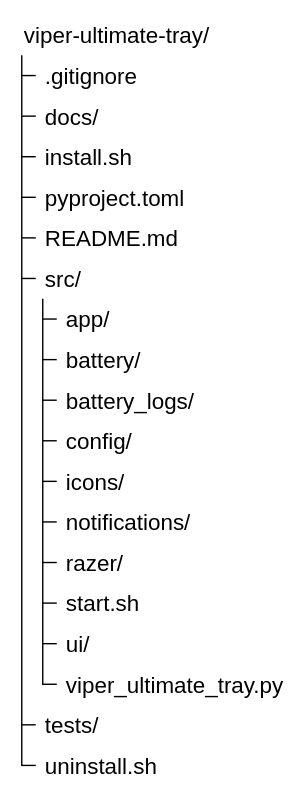
The draw.io diagram docs/project-structure-viper-ultimate-tray.svg in IlanRossigneul/viper-ultimate-tray, before a commit. Source tidied: cells renumbered, new cells last; positions are measured from the earlier drawing's top-left corner, leaving out a move shared by most shapes.
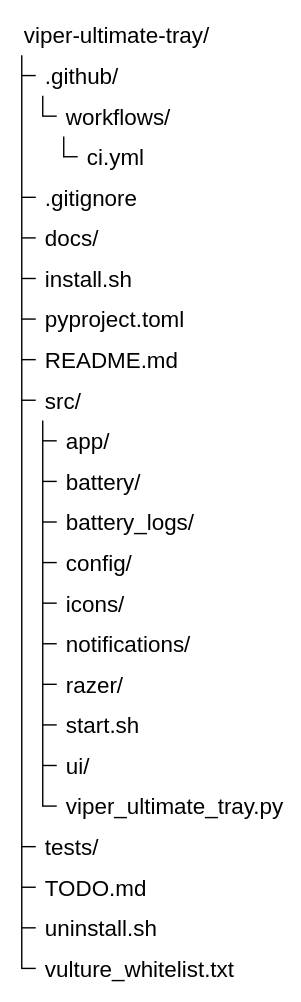
After the commit.

The edit, as a diff of the source:
```diff
@@ -5,182 +5,239 @@
     <mxCell id="2" style="group;transparentBounds=1;editIcon=1;lockedGroup=0;groupPadding=10;" parent="1" vertex="1">
       <mxGeometry as="geometry" />
     </mxCell>
-    <mxCell id="3" style="endArrow=none;html=1;rounded=0;strokeColor=black;strokeWidth=1;" parent="2" edge="1">
-      <mxGeometry relative="1" as="geometry">
-        <mxPoint x="45" y="73.5" as="sourcePoint" />
-        <mxPoint x="55" y="73.5" as="targetPoint" />
-      </mxGeometry>
-    </mxCell>
-    <mxCell id="4" style="endArrow=none;html=1;rounded=0;strokeColor=black;strokeWidth=1;" parent="2" edge="1">
-      <mxGeometry relative="1" as="geometry">
-        <mxPoint x="45" y="102.5" as="sourcePoint" />
-        <mxPoint x="55" y="102.5" as="targetPoint" />
-      </mxGeometry>
-    </mxCell>
-    <mxCell id="5" style="endArrow=none;html=1;rounded=0;strokeColor=black;strokeWidth=1;" parent="2" edge="1">
-      <mxGeometry relative="1" as="geometry">
-        <mxPoint x="45" y="131.5" as="sourcePoint" />
-        <mxPoint x="55" y="131.5" as="targetPoint" />
-      </mxGeometry>
-    </mxCell>
-    <mxCell id="6" style="endArrow=none;html=1;rounded=0;strokeColor=black;strokeWidth=1;" parent="2" edge="1">
-      <mxGeometry relative="1" as="geometry">
-        <mxPoint x="45" y="160.5" as="sourcePoint" />
-        <mxPoint x="55" y="160.5" as="targetPoint" />
-      </mxGeometry>
-    </mxCell>
-    <mxCell id="7" style="endArrow=none;html=1;rounded=0;strokeColor=black;strokeWidth=1;" parent="2" edge="1">
-      <mxGeometry relative="1" as="geometry">
-        <mxPoint x="45" y="189.5" as="sourcePoint" />
-        <mxPoint x="55" y="189.5" as="targetPoint" />
-      </mxGeometry>
-    </mxCell>
-    <mxCell id="8" style="endArrow=none;html=1;rounded=0;strokeColor=black;strokeWidth=1;" parent="2" edge="1">
-      <mxGeometry relative="1" as="geometry">
-        <mxPoint x="45" y="218.5" as="sourcePoint" />
-        <mxPoint x="55" y="218.5" as="targetPoint" />
-      </mxGeometry>
-    </mxCell>
-    <mxCell id="9" style="endArrow=none;html=1;rounded=0;strokeColor=black;strokeWidth=1;" parent="2" edge="1">
-      <mxGeometry relative="1" as="geometry">
-        <mxPoint x="60" y="247.5" as="sourcePoint" />
-        <mxPoint x="70" y="247.5" as="targetPoint" />
-      </mxGeometry>
-    </mxCell>
-    <mxCell id="10" style="endArrow=none;html=1;rounded=0;strokeColor=black;strokeWidth=1;" parent="2" edge="1">
-      <mxGeometry relative="1" as="geometry">
-        <mxPoint x="60" y="276.5" as="sourcePoint" />
-        <mxPoint x="70" y="276.5" as="targetPoint" />
-      </mxGeometry>
-    </mxCell>
-    <mxCell id="11" style="endArrow=none;html=1;rounded=0;strokeColor=black;strokeWidth=1;" parent="2" edge="1">
-      <mxGeometry relative="1" as="geometry">
-        <mxPoint x="60" y="305.5" as="sourcePoint" />
-        <mxPoint x="70" y="305.5" as="targetPoint" />
-      </mxGeometry>
-    </mxCell>
-    <mxCell id="12" style="endArrow=none;html=1;rounded=0;strokeColor=black;strokeWidth=1;" parent="2" edge="1">
-      <mxGeometry relative="1" as="geometry">
-        <mxPoint x="60" y="334.5" as="sourcePoint" />
-        <mxPoint x="70" y="334.5" as="targetPoint" />
-      </mxGeometry>
-    </mxCell>
-    <mxCell id="13" style="endArrow=none;html=1;rounded=0;strokeColor=black;strokeWidth=1;" parent="2" edge="1">
-      <mxGeometry relative="1" as="geometry">
-        <mxPoint x="60" y="363.5" as="sourcePoint" />
-        <mxPoint x="70" y="363.5" as="targetPoint" />
-      </mxGeometry>
-    </mxCell>
-    <mxCell id="14" style="endArrow=none;html=1;rounded=0;strokeColor=black;strokeWidth=1;" parent="2" edge="1">
-      <mxGeometry relative="1" as="geometry">
-        <mxPoint x="60" y="392.5" as="sourcePoint" />
-        <mxPoint x="70" y="392.5" as="targetPoint" />
-      </mxGeometry>
-    </mxCell>
-    <mxCell id="15" style="endArrow=none;html=1;rounded=0;strokeColor=black;strokeWidth=1;" parent="2" edge="1">
-      <mxGeometry relative="1" as="geometry">
-        <mxPoint x="60" y="421.5" as="sourcePoint" />
-        <mxPoint x="70" y="421.5" as="targetPoint" />
-      </mxGeometry>
-    </mxCell>
-    <mxCell id="16" style="endArrow=none;html=1;rounded=0;strokeColor=black;strokeWidth=1;" parent="2" edge="1">
-      <mxGeometry relative="1" as="geometry">
-        <mxPoint x="60" y="450.5" as="sourcePoint" />
-        <mxPoint x="70" y="450.5" as="targetPoint" />
-      </mxGeometry>
-    </mxCell>
-    <mxCell id="17" style="endArrow=none;html=1;rounded=0;strokeColor=black;strokeWidth=1;" parent="2" edge="1">
-      <mxGeometry relative="1" as="geometry">
-        <mxPoint x="60" y="479.5" as="sourcePoint" />
-        <mxPoint x="70" y="479.5" as="targetPoint" />
-      </mxGeometry>
-    </mxCell>
-    <mxCell id="18" style="endArrow=none;html=1;rounded=0;strokeColor=black;strokeWidth=1;" parent="2" edge="1">
-      <mxGeometry relative="1" as="geometry">
-        <mxPoint x="60" y="508.5" as="sourcePoint" />
-        <mxPoint x="70" y="508.5" as="targetPoint" />
-      </mxGeometry>
-    </mxCell>
-    <mxCell id="19" style="endArrow=none;html=1;rounded=0;strokeColor=black;strokeWidth=1;" parent="2" edge="1">
-      <mxGeometry relative="1" as="geometry">
-        <mxPoint x="60" y="233" as="sourcePoint" />
-        <mxPoint x="60" y="509" as="targetPoint" />
-      </mxGeometry>
-    </mxCell>
-    <mxCell id="20" style="endArrow=none;html=1;rounded=0;strokeColor=black;strokeWidth=1;" parent="2" edge="1">
-      <mxGeometry relative="1" as="geometry">
-        <mxPoint x="45" y="537.5" as="sourcePoint" />
-        <mxPoint x="55" y="537.5" as="targetPoint" />
-      </mxGeometry>
-    </mxCell>
-    <mxCell id="21" style="endArrow=none;html=1;rounded=0;strokeColor=black;strokeWidth=1;" parent="2" edge="1">
-      <mxGeometry relative="1" as="geometry">
-        <mxPoint x="45" y="566.5" as="sourcePoint" />
-        <mxPoint x="55" y="566.5" as="targetPoint" />
-      </mxGeometry>
-    </mxCell>
-    <mxCell id="22" style="endArrow=none;html=1;rounded=0;strokeColor=black;strokeWidth=1;" parent="2" edge="1">
-      <mxGeometry relative="1" as="geometry">
-        <mxPoint x="45" y="59" as="sourcePoint" />
-        <mxPoint x="45" y="567" as="targetPoint" />
-      </mxGeometry>
-    </mxCell>
+    <mxCell id="42" style="endArrow=none;html=1;rounded=0;strokeColor=black;strokeWidth=1;" parent="2" edge="1">
+      <mxGeometry relative="1" as="geometry">
+        <mxPoint x="45" y="73.5" as="sourcePoint" />
+        <mxPoint x="55" y="73.5" as="targetPoint" />
+      </mxGeometry>
+    </mxCell>
+    <mxCell id="43" style="endArrow=none;html=1;rounded=0;strokeColor=black;strokeWidth=1;" parent="2" edge="1">
+      <mxGeometry relative="1" as="geometry">
+        <mxPoint x="60" y="102.5" as="sourcePoint" />
+        <mxPoint x="70" y="102.5" as="targetPoint" />
+      </mxGeometry>
+    </mxCell>
+    <mxCell id="44" style="endArrow=none;html=1;rounded=0;strokeColor=black;strokeWidth=1;" parent="2" edge="1">
+      <mxGeometry relative="1" as="geometry">
+        <mxPoint x="75" y="131.5" as="sourcePoint" />
+        <mxPoint x="85" y="131.5" as="targetPoint" />
+      </mxGeometry>
+    </mxCell>
+    <mxCell id="45" style="endArrow=none;html=1;rounded=0;strokeColor=black;strokeWidth=1;" parent="2" edge="1">
+      <mxGeometry relative="1" as="geometry">
+        <mxPoint x="75" y="117" as="sourcePoint" />
+        <mxPoint x="75" y="132" as="targetPoint" />
+      </mxGeometry>
+    </mxCell>
+    <mxCell id="46" style="endArrow=none;html=1;rounded=0;strokeColor=black;strokeWidth=1;" parent="2" edge="1">
+      <mxGeometry relative="1" as="geometry">
+        <mxPoint x="60" y="88" as="sourcePoint" />
+        <mxPoint x="60" y="103" as="targetPoint" />
+      </mxGeometry>
+    </mxCell>
+    <mxCell id="47" style="endArrow=none;html=1;rounded=0;strokeColor=black;strokeWidth=1;" parent="2" edge="1">
+      <mxGeometry relative="1" as="geometry">
+        <mxPoint x="45" y="160.5" as="sourcePoint" />
+        <mxPoint x="55" y="160.5" as="targetPoint" />
+      </mxGeometry>
+    </mxCell>
+    <mxCell id="48" style="endArrow=none;html=1;rounded=0;strokeColor=black;strokeWidth=1;" parent="2" edge="1">
+      <mxGeometry relative="1" as="geometry">
+        <mxPoint x="45" y="189.5" as="sourcePoint" />
+        <mxPoint x="55" y="189.5" as="targetPoint" />
+      </mxGeometry>
+    </mxCell>
+    <mxCell id="49" style="endArrow=none;html=1;rounded=0;strokeColor=black;strokeWidth=1;" parent="2" edge="1">
+      <mxGeometry relative="1" as="geometry">
+        <mxPoint x="45" y="218.5" as="sourcePoint" />
+        <mxPoint x="55" y="218.5" as="targetPoint" />
+      </mxGeometry>
+    </mxCell>
+    <mxCell id="50" style="endArrow=none;html=1;rounded=0;strokeColor=black;strokeWidth=1;" parent="2" edge="1">
+      <mxGeometry relative="1" as="geometry">
+        <mxPoint x="45" y="247.5" as="sourcePoint" />
+        <mxPoint x="55" y="247.5" as="targetPoint" />
+      </mxGeometry>
+    </mxCell>
+    <mxCell id="51" style="endArrow=none;html=1;rounded=0;strokeColor=black;strokeWidth=1;" parent="2" edge="1">
+      <mxGeometry relative="1" as="geometry">
+        <mxPoint x="45" y="276.5" as="sourcePoint" />
+        <mxPoint x="55" y="276.5" as="targetPoint" />
+      </mxGeometry>
+    </mxCell>
+    <mxCell id="52" style="endArrow=none;html=1;rounded=0;strokeColor=black;strokeWidth=1;" parent="2" edge="1">
+      <mxGeometry relative="1" as="geometry">
+        <mxPoint x="45" y="305.5" as="sourcePoint" />
+        <mxPoint x="55" y="305.5" as="targetPoint" />
+      </mxGeometry>
+    </mxCell>
+    <mxCell id="53" style="endArrow=none;html=1;rounded=0;strokeColor=black;strokeWidth=1;" parent="2" edge="1">
+      <mxGeometry relative="1" as="geometry">
+        <mxPoint x="60" y="334.5" as="sourcePoint" />
+        <mxPoint x="70" y="334.5" as="targetPoint" />
+      </mxGeometry>
+    </mxCell>
+    <mxCell id="54" style="endArrow=none;html=1;rounded=0;strokeColor=black;strokeWidth=1;" parent="2" edge="1">
+      <mxGeometry relative="1" as="geometry">
+        <mxPoint x="60" y="363.5" as="sourcePoint" />
+        <mxPoint x="70" y="363.5" as="targetPoint" />
+      </mxGeometry>
+    </mxCell>
+    <mxCell id="55" style="endArrow=none;html=1;rounded=0;strokeColor=black;strokeWidth=1;" parent="2" edge="1">
+      <mxGeometry relative="1" as="geometry">
+        <mxPoint x="60" y="392.5" as="sourcePoint" />
+        <mxPoint x="70" y="392.5" as="targetPoint" />
+      </mxGeometry>
+    </mxCell>
+    <mxCell id="56" style="endArrow=none;html=1;rounded=0;strokeColor=black;strokeWidth=1;" parent="2" edge="1">
+      <mxGeometry relative="1" as="geometry">
+        <mxPoint x="60" y="421.5" as="sourcePoint" />
+        <mxPoint x="70" y="421.5" as="targetPoint" />
+      </mxGeometry>
+    </mxCell>
+    <mxCell id="57" style="endArrow=none;html=1;rounded=0;strokeColor=black;strokeWidth=1;" parent="2" edge="1">
+      <mxGeometry relative="1" as="geometry">
+        <mxPoint x="60" y="450.5" as="sourcePoint" />
+        <mxPoint x="70" y="450.5" as="targetPoint" />
+      </mxGeometry>
+    </mxCell>
+    <mxCell id="58" style="endArrow=none;html=1;rounded=0;strokeColor=black;strokeWidth=1;" parent="2" edge="1">
+      <mxGeometry relative="1" as="geometry">
+        <mxPoint x="60" y="479.5" as="sourcePoint" />
+        <mxPoint x="70" y="479.5" as="targetPoint" />
+      </mxGeometry>
+    </mxCell>
+    <mxCell id="59" style="endArrow=none;html=1;rounded=0;strokeColor=black;strokeWidth=1;" parent="2" edge="1">
+      <mxGeometry relative="1" as="geometry">
+        <mxPoint x="60" y="508.5" as="sourcePoint" />
+        <mxPoint x="70" y="508.5" as="targetPoint" />
+      </mxGeometry>
+    </mxCell>
+    <mxCell id="60" style="endArrow=none;html=1;rounded=0;strokeColor=black;strokeWidth=1;" parent="2" edge="1">
+      <mxGeometry relative="1" as="geometry">
+        <mxPoint x="60" y="537.5" as="sourcePoint" />
+        <mxPoint x="70" y="537.5" as="targetPoint" />
+      </mxGeometry>
+    </mxCell>
+    <mxCell id="61" style="endArrow=none;html=1;rounded=0;strokeColor=black;strokeWidth=1;" parent="2" edge="1">
+      <mxGeometry relative="1" as="geometry">
+        <mxPoint x="60" y="566.5" as="sourcePoint" />
+        <mxPoint x="70" y="566.5" as="targetPoint" />
+      </mxGeometry>
+    </mxCell>
+    <mxCell id="62" style="endArrow=none;html=1;rounded=0;strokeColor=black;strokeWidth=1;" parent="2" edge="1">
+      <mxGeometry relative="1" as="geometry">
+        <mxPoint x="60" y="595.5" as="sourcePoint" />
+        <mxPoint x="70" y="595.5" as="targetPoint" />
+      </mxGeometry>
+    </mxCell>
+    <mxCell id="63" style="endArrow=none;html=1;rounded=0;strokeColor=black;strokeWidth=1;" parent="2" edge="1">
+      <mxGeometry relative="1" as="geometry">
+        <mxPoint x="60" y="320" as="sourcePoint" />
+        <mxPoint x="60" y="596" as="targetPoint" />
+      </mxGeometry>
+    </mxCell>
+    <mxCell id="64" style="endArrow=none;html=1;rounded=0;strokeColor=black;strokeWidth=1;" parent="2" edge="1">
+      <mxGeometry relative="1" as="geometry">
+        <mxPoint x="45" y="624.5" as="sourcePoint" />
+        <mxPoint x="55" y="624.5" as="targetPoint" />
+      </mxGeometry>
+    </mxCell>
+    <mxCell id="65" style="endArrow=none;html=1;rounded=0;strokeColor=black;strokeWidth=1;" parent="2" edge="1">
+      <mxGeometry relative="1" as="geometry">
+        <mxPoint x="45" y="653.5" as="sourcePoint" />
+        <mxPoint x="55" y="653.5" as="targetPoint" />
+      </mxGeometry>
+    </mxCell>
+    <mxCell id="66" style="endArrow=none;html=1;rounded=0;strokeColor=black;strokeWidth=1;" parent="2" edge="1">
+      <mxGeometry relative="1" as="geometry">
+        <mxPoint x="45" y="682.5" as="sourcePoint" />
+        <mxPoint x="55" y="682.5" as="targetPoint" />
+      </mxGeometry>
+    </mxCell>
+    <mxCell id="67" style="endArrow=none;html=1;rounded=0;strokeColor=black;strokeWidth=1;" parent="2" edge="1">
+      <mxGeometry relative="1" as="geometry">
+        <mxPoint x="45" y="711.5" as="sourcePoint" />
+        <mxPoint x="55" y="711.5" as="targetPoint" />
+      </mxGeometry>
+    </mxCell>
+    <mxCell id="68" style="endArrow=none;html=1;rounded=0;strokeColor=black;strokeWidth=1;" parent="2" edge="1">
+      <mxGeometry relative="1" as="geometry">
+        <mxPoint x="45" y="59" as="sourcePoint" />
+        <mxPoint x="45" y="712" as="targetPoint" />
+      </mxGeometry>
+    </mxCell>
     <mxCell id="23" value="viper-ultimate-tray/" style="text;html=1;strokeColor=none;fillColor=none;fontFamily=Trebuchet MS,Verdana,Arial,sans-serif;fontSize=16;fontColor=black;align=left;verticalAlign=middle;spacingLeft=5;" parent="2" vertex="1">
       <mxGeometry x="40" y="30" width="14" height="29" as="geometry" />
     </mxCell>
+    <mxCell id="69" value=".github/" style="text;html=1;strokeColor=none;fillColor=none;fontFamily=Trebuchet MS,Verdana,Arial,sans-serif;fontSize=16;fontColor=black;align=left;verticalAlign=middle;spacingLeft=5;" parent="2" vertex="1">
+      <mxGeometry x="55" y="59" width="63" height="29" as="geometry" />
+    </mxCell>
+    <mxCell id="70" value="workflows/" style="text;html=1;strokeColor=none;fillColor=none;fontFamily=Trebuchet MS,Verdana,Arial,sans-serif;fontSize=16;fontColor=black;align=left;verticalAlign=middle;spacingLeft=5;" parent="2" vertex="1">
+      <mxGeometry x="70" y="88" width="85" height="29" as="geometry" />
+    </mxCell>
+    <mxCell id="71" value="ci.yml" style="text;html=1;strokeColor=none;fillColor=none;fontFamily=Trebuchet MS,Verdana,Arial,sans-serif;fontSize=16;fontColor=black;align=left;verticalAlign=middle;spacingLeft=5;" parent="2" vertex="1">
+      <mxGeometry x="85" y="117" width="51" height="29" as="geometry" />
+    </mxCell>
     <mxCell id="24" value=".gitignore" style="text;html=1;strokeColor=none;fillColor=none;fontFamily=Trebuchet MS,Verdana,Arial,sans-serif;fontSize=16;fontColor=black;align=left;verticalAlign=middle;spacingLeft=5;" parent="2" vertex="1">
-      <mxGeometry x="55" y="59" width="76" height="29" as="geometry" />
+      <mxGeometry x="55" y="146" width="76" height="29" as="geometry" />
     </mxCell>
     <mxCell id="25" value="docs/" style="text;html=1;strokeColor=none;fillColor=none;fontFamily=Trebuchet MS,Verdana,Arial,sans-serif;fontSize=16;fontColor=black;align=left;verticalAlign=middle;spacingLeft=5;" parent="2" vertex="1">
-      <mxGeometry x="55" y="88" width="48" height="29" as="geometry" />
+      <mxGeometry x="55" y="175" width="48" height="29" as="geometry" />
     </mxCell>
     <mxCell id="26" value="install.sh" style="text;html=1;strokeColor=none;fillColor=none;fontFamily=Trebuchet MS,Verdana,Arial,sans-serif;fontSize=16;fontColor=black;align=left;verticalAlign=middle;spacingLeft=5;" parent="2" vertex="1">
-      <mxGeometry x="55" y="117" width="72" height="29" as="geometry" />
+      <mxGeometry x="55" y="204" width="72" height="29" as="geometry" />
     </mxCell>
     <mxCell id="27" value="pyproject.toml" style="text;html=1;strokeColor=none;fillColor=none;fontFamily=Trebuchet MS,Verdana,Arial,sans-serif;fontSize=16;fontColor=black;align=left;verticalAlign=middle;spacingLeft=5;" parent="2" vertex="1">
-      <mxGeometry x="55" y="146" width="110" height="29" as="geometry" />
+      <mxGeometry x="55" y="233" width="110" height="29" as="geometry" />
     </mxCell>
     <mxCell id="28" value="README.md" style="text;html=1;strokeColor=none;fillColor=none;fontFamily=Trebuchet MS,Verdana,Arial,sans-serif;fontSize=16;fontColor=black;align=left;verticalAlign=middle;spacingLeft=5;" parent="2" vertex="1">
-      <mxGeometry x="55" y="175" width="105" height="29" as="geometry" />
+      <mxGeometry x="55" y="262" width="105" height="29" as="geometry" />
     </mxCell>
     <mxCell id="29" value="src/" style="text;html=1;strokeColor=none;fillColor=none;fontFamily=Trebuchet MS,Verdana,Arial,sans-serif;fontSize=16;fontColor=black;align=left;verticalAlign=middle;spacingLeft=5;" parent="2" vertex="1">
-      <mxGeometry x="55" y="204" width="36" height="29" as="geometry" />
+      <mxGeometry x="55" y="291" width="36" height="29" as="geometry" />
     </mxCell>
     <mxCell id="30" value="app/" style="text;html=1;strokeColor=none;fillColor=none;fontFamily=Trebuchet MS,Verdana,Arial,sans-serif;fontSize=16;fontColor=black;align=left;verticalAlign=middle;spacingLeft=5;" parent="2" vertex="1">
-      <mxGeometry x="70" y="233" width="41" height="29" as="geometry" />
+      <mxGeometry x="70" y="320" width="41" height="29" as="geometry" />
     </mxCell>
     <mxCell id="31" value="battery/" style="text;html=1;strokeColor=none;fillColor=none;fontFamily=Trebuchet MS,Verdana,Arial,sans-serif;fontSize=16;fontColor=black;align=left;verticalAlign=middle;spacingLeft=5;" parent="2" vertex="1">
-      <mxGeometry x="70" y="262" width="63" height="29" as="geometry" />
+      <mxGeometry x="70" y="349" width="63" height="29" as="geometry" />
     </mxCell>
     <mxCell id="32" value="battery_logs/" style="text;html=1;strokeColor=none;fillColor=none;fontFamily=Trebuchet MS,Verdana,Arial,sans-serif;fontSize=16;fontColor=black;align=left;verticalAlign=middle;spacingLeft=5;" parent="2" vertex="1">
-      <mxGeometry x="70" y="291" width="102" height="29" as="geometry" />
+      <mxGeometry x="70" y="378" width="102" height="29" as="geometry" />
     </mxCell>
     <mxCell id="33" value="config/" style="text;html=1;strokeColor=none;fillColor=none;fontFamily=Trebuchet MS,Verdana,Arial,sans-serif;fontSize=16;fontColor=black;align=left;verticalAlign=middle;spacingLeft=5;" parent="2" vertex="1">
-      <mxGeometry x="70" y="320" width="57" height="29" as="geometry" />
+      <mxGeometry x="70" y="407" width="57" height="29" as="geometry" />
     </mxCell>
     <mxCell id="34" value="icons/" style="text;html=1;strokeColor=none;fillColor=none;fontFamily=Trebuchet MS,Verdana,Arial,sans-serif;fontSize=16;fontColor=black;align=left;verticalAlign=middle;spacingLeft=5;" parent="2" vertex="1">
-      <mxGeometry x="70" y="349" width="52" height="29" as="geometry" />
+      <mxGeometry x="70" y="436" width="52" height="29" as="geometry" />
     </mxCell>
     <mxCell id="35" value="notifications/" style="text;html=1;strokeColor=none;fillColor=none;fontFamily=Trebuchet MS,Verdana,Arial,sans-serif;fontSize=16;fontColor=black;align=left;verticalAlign=middle;spacingLeft=5;" parent="2" vertex="1">
-      <mxGeometry x="70" y="378" width="99" height="29" as="geometry" />
+      <mxGeometry x="70" y="465" width="99" height="29" as="geometry" />
     </mxCell>
     <mxCell id="36" value="razer/" style="text;html=1;strokeColor=none;fillColor=none;fontFamily=Trebuchet MS,Verdana,Arial,sans-serif;fontSize=16;fontColor=black;align=left;verticalAlign=middle;spacingLeft=5;" parent="2" vertex="1">
-      <mxGeometry x="70" y="407" width="51" height="29" as="geometry" />
+      <mxGeometry x="70" y="494" width="51" height="29" as="geometry" />
     </mxCell>
     <mxCell id="37" value="start.sh" style="text;html=1;strokeColor=none;fillColor=none;fontFamily=Trebuchet MS,Verdana,Arial,sans-serif;fontSize=16;fontColor=black;align=left;verticalAlign=middle;spacingLeft=5;" parent="2" vertex="1">
-      <mxGeometry x="70" y="436" width="62" height="29" as="geometry" />
+      <mxGeometry x="70" y="523" width="62" height="29" as="geometry" />
     </mxCell>
     <mxCell id="38" value="ui/" style="text;html=1;strokeColor=none;fillColor=none;fontFamily=Trebuchet MS,Verdana,Arial,sans-serif;fontSize=16;fontColor=black;align=left;verticalAlign=middle;spacingLeft=5;" parent="2" vertex="1">
-      <mxGeometry x="70" y="465" width="27" height="29" as="geometry" />
+      <mxGeometry x="70" y="552" width="27" height="29" as="geometry" />
     </mxCell>
     <mxCell id="39" value="viper_ultimate_tray.py" style="text;html=1;strokeColor=none;fillColor=none;fontFamily=Trebuchet MS,Verdana,Arial,sans-serif;fontSize=16;fontColor=black;align=left;verticalAlign=middle;spacingLeft=5;" parent="2" vertex="1">
-      <mxGeometry x="70" y="494" width="165" height="29" as="geometry" />
+      <mxGeometry x="70" y="581" width="165" height="29" as="geometry" />
     </mxCell>
     <mxCell id="40" value="tests/" style="text;html=1;strokeColor=none;fillColor=none;fontFamily=Trebuchet MS,Verdana,Arial,sans-serif;fontSize=16;fontColor=black;align=left;verticalAlign=middle;spacingLeft=5;" parent="2" vertex="1">
-      <mxGeometry x="55" y="523" width="48" height="29" as="geometry" />
+      <mxGeometry x="55" y="610" width="48" height="29" as="geometry" />
     </mxCell>
+    <mxCell id="72" value="TODO.md" style="text;html=1;strokeColor=none;fillColor=none;fontFamily=Trebuchet MS,Verdana,Arial,sans-serif;fontSize=16;fontColor=black;align=left;verticalAlign=middle;spacingLeft=5;" parent="2" vertex="1">
+      <mxGeometry x="55" y="639" width="83" height="29" as="geometry" />
+    </mxCell>
     <mxCell id="41" value="uninstall.sh" style="text;html=1;strokeColor=none;fillColor=none;fontFamily=Trebuchet MS,Verdana,Arial,sans-serif;fontSize=16;fontColor=black;align=left;verticalAlign=middle;spacingLeft=5;" parent="2" vertex="1">
-      <mxGeometry x="55" y="552" width="90" height="29" as="geometry" />
+      <mxGeometry x="55" y="668" width="90" height="29" as="geometry" />
     </mxCell>
+    <mxCell id="73" value="vulture_whitelist.txt" style="text;html=1;strokeColor=none;fillColor=none;fontFamily=Trebuchet MS,Verdana,Arial,sans-serif;fontSize=16;fontColor=black;align=left;verticalAlign=middle;spacingLeft=5;" parent="2" vertex="1">
+      <mxGeometry x="55" y="697" width="145" height="29" as="geometry" />
+    </mxCell>
   </root>
 </mxGraphModel>
```
